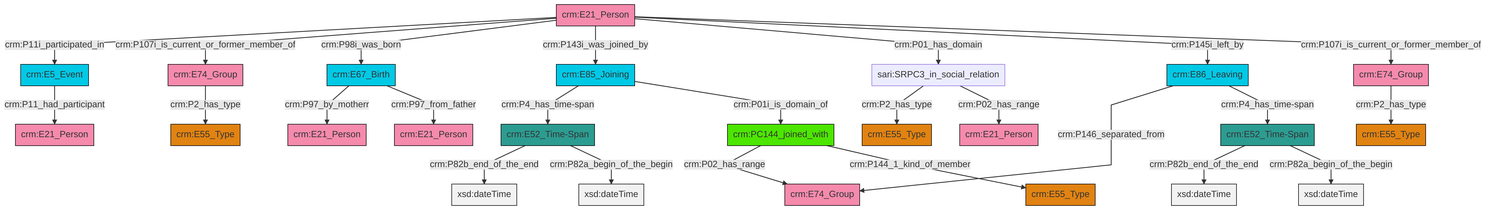
Earlier version of the Mermaid export et/personCSV/ttl/mmd/png/Person_Actor_Relations.png (swiss-art-research-net/reference-data-models). Its source is kept beside it as et/personCSV/ttl/mmd/Person_Actor_Relations.ttl.mmd.
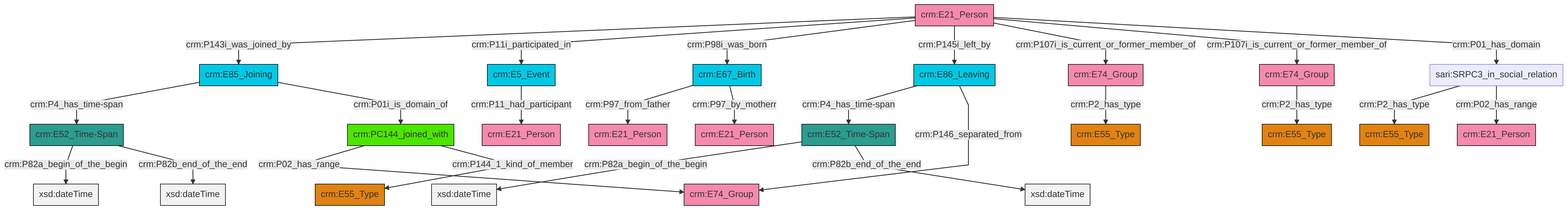
The same file after the commit.

The edit, as a diff of the source:
```diff
@@ -13,27 +13,27 @@
 classDef PC_Classes fill:#4ce600, stroke:#000000;
 classDef Multi fill:#cccccc,stroke:#000000;
 
-0["crm:E21_Person"]:::Actor -->|crm:P11i_participated_in| 1["crm:E5_Event"]:::Temporal_Entity
-2["crm:E52_Time-Span"]:::Time-Span -->|crm:P82b_end_of_the_end| 3[xsd:dateTime]:::Literal
-4["crm:E85_Joining"]:::Temporal_Entity -->|crm:P4_has_time-span| 2["crm:E52_Time-Span"]:::Time-Span
-6["crm:E67_Birth"]:::Temporal_Entity -->|crm:P97_by_motherr| 7["crm:E21_Person"]:::Actor
-2["crm:E52_Time-Span"]:::Time-Span -->|crm:P82a_begin_of_the_begin| 11[xsd:dateTime]:::Literal
-0["crm:E21_Person"]:::Actor -->|crm:P107i_is_current_or_former_member_of| 16["crm:E74_Group"]:::Actor
-0["crm:E21_Person"]:::Actor -->|crm:P98i_was_born| 6["crm:E67_Birth"]:::Temporal_Entity
-17["crm:PC144_joined_with"]:::PC_Classes -->|crm:P02_has_range| 18["crm:E74_Group"]:::Actor
-14["crm:E86_Leaving"]:::Temporal_Entity -->|crm:P146_separated_from| 18["crm:E74_Group"]:::Actor
-23["crm:E52_Time-Span"]:::Time-Span -->|crm:P82b_end_of_the_end| 24[xsd:dateTime]:::Literal
-0["crm:E21_Person"]:::Actor -->|crm:P143i_was_joined_by| 4["crm:E85_Joining"]:::Temporal_Entity
-23["crm:E52_Time-Span"]:::Time-Span -->|crm:P82a_begin_of_the_begin| 27[xsd:dateTime]:::Literal
-0["crm:E21_Person"]:::Actor -->|crm:P01_has_domain| 29["sari:SRPC3_in_social_relation"]:::Default
-12["crm:E74_Group"]:::Actor -->|crm:P2_has_type| 30["crm:E55_Type"]:::Type
-16["crm:E74_Group"]:::Actor -->|crm:P2_has_type| 8["crm:E55_Type"]:::Type
-14["crm:E86_Leaving"]:::Temporal_Entity -->|crm:P4_has_time-span| 23["crm:E52_Time-Span"]:::Time-Span
-29["sari:SRPC3_in_social_relation"]:::Default -->|crm:P2_has_type| 33["crm:E55_Type"]:::Type
-17["crm:PC144_joined_with"]:::PC_Classes -->|crm:P144_1_kind_of_member| 35["crm:E55_Type"]:::Type
-6["crm:E67_Birth"]:::Temporal_Entity -->|crm:P97_from_father| 39["crm:E21_Person"]:::Actor
-29["sari:SRPC3_in_social_relation"]:::Default -->|crm:P02_has_range| 21["crm:E21_Person"]:::Actor
-0["crm:E21_Person"]:::Actor -->|crm:P145i_left_by| 14["crm:E86_Leaving"]:::Temporal_Entity
-0["crm:E21_Person"]:::Actor -->|crm:P107i_is_current_or_former_member_of| 12["crm:E74_Group"]:::Actor
-4["crm:E85_Joining"]:::Temporal_Entity -->|crm:P01i_is_domain_of| 17["crm:PC144_joined_with"]:::PC_Classes
-1["crm:E5_Event"]:::Temporal_Entity -->|crm:P11_had_participant| 19["crm:E21_Person"]:::Actor
+0["crm:E85_Joining"]:::Temporal_Entity -->|crm:P4_has_time-span| 4["crm:E52_Time-Span"]:::Time-Span
+5["crm:E52_Time-Span"]:::Time-Span -->|crm:P82a_begin_of_the_begin| 6[xsd:dateTime]:::Literal
+9["crm:E21_Person"]:::Actor -->|crm:P143i_was_joined_by| 0["crm:E85_Joining"]:::Temporal_Entity
+5["crm:E52_Time-Span"]:::Time-Span -->|crm:P82b_end_of_the_end| 10[xsd:dateTime]:::Literal
+9["crm:E21_Person"]:::Actor -->|crm:P11i_participated_in| 11["crm:E5_Event"]:::Temporal_Entity
+17["crm:E74_Group"]:::Actor -->|crm:P2_has_type| 18["crm:E55_Type"]:::Type
+13["sari:SRPC3_in_social_relation"]:::Default -->|crm:P2_has_type| 7["crm:E55_Type"]:::Type
+9["crm:E21_Person"]:::Actor -->|crm:P98i_was_born| 19["crm:E67_Birth"]:::Temporal_Entity
+13["sari:SRPC3_in_social_relation"]:::Default -->|crm:P02_has_range| 20["crm:E21_Person"]:::Actor
+9["crm:E21_Person"]:::Actor -->|crm:P145i_left_by| 22["crm:E86_Leaving"]:::Temporal_Entity
+19["crm:E67_Birth"]:::Temporal_Entity -->|crm:P97_from_father| 23["crm:E21_Person"]:::Actor
+11["crm:E5_Event"]:::Temporal_Entity -->|crm:P11_had_participant| 15["crm:E21_Person"]:::Actor
+29["crm:E74_Group"]:::Actor -->|crm:P2_has_type| 32["crm:E55_Type"]:::Type
+9["crm:E21_Person"]:::Actor -->|crm:P107i_is_current_or_former_member_of| 29["crm:E74_Group"]:::Actor
+0["crm:E85_Joining"]:::Temporal_Entity -->|crm:P01i_is_domain_of| 33["crm:PC144_joined_with"]:::PC_Classes
+19["crm:E67_Birth"]:::Temporal_Entity -->|crm:P97_by_motherr| 2["crm:E21_Person"]:::Actor
+22["crm:E86_Leaving"]:::Temporal_Entity -->|crm:P4_has_time-span| 5["crm:E52_Time-Span"]:::Time-Span
+33["crm:PC144_joined_with"]:::PC_Classes -->|crm:P02_has_range| 27["crm:E74_Group"]:::Actor
+4["crm:E52_Time-Span"]:::Time-Span -->|crm:P82a_begin_of_the_begin| 36[xsd:dateTime]:::Literal
+33["crm:PC144_joined_with"]:::PC_Classes -->|crm:P144_1_kind_of_member| 37["crm:E55_Type"]:::Type
+4["crm:E52_Time-Span"]:::Time-Span -->|crm:P82b_end_of_the_end| 39[xsd:dateTime]:::Literal
+22["crm:E86_Leaving"]:::Temporal_Entity -->|crm:P146_separated_from| 27["crm:E74_Group"]:::Actor
+9["crm:E21_Person"]:::Actor -->|crm:P107i_is_current_or_former_member_of| 17["crm:E74_Group"]:::Actor
+9["crm:E21_Person"]:::Actor -->|crm:P01_has_domain| 13["sari:SRPC3_in_social_relation"]:::Default
```
